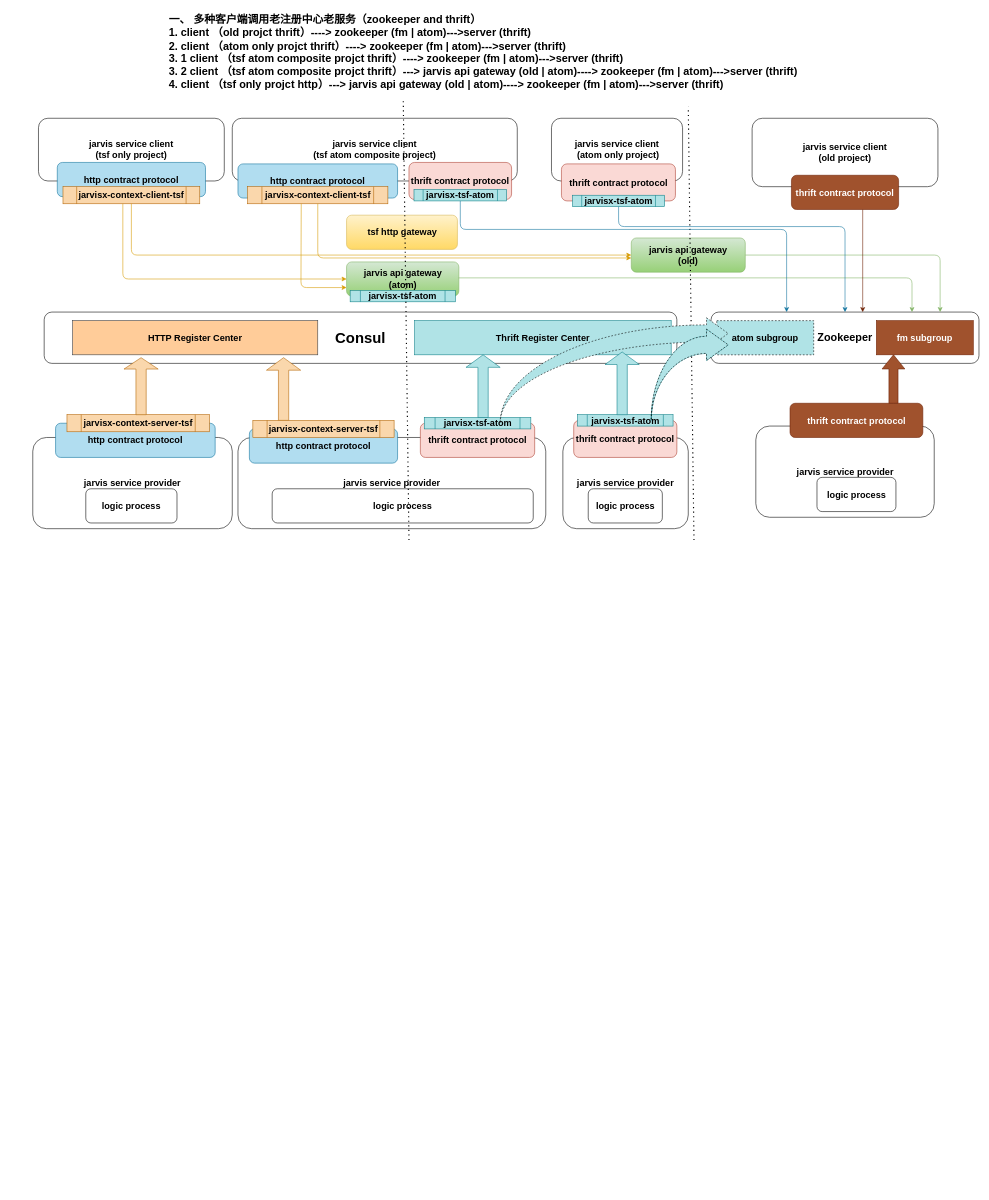
This is JarvisX TSF.drawio from 1247691206/JavaArchitect, a draw.io file, before an edit. Source tidied: cells renumbered, new cells numbered last; positions are measured from the earlier drawing's top-left corner, leaving out a move shared by most shapes. Both pictures are drawn from the tidied source at 57%, with x=0, y=0 at pixel (32, 10).
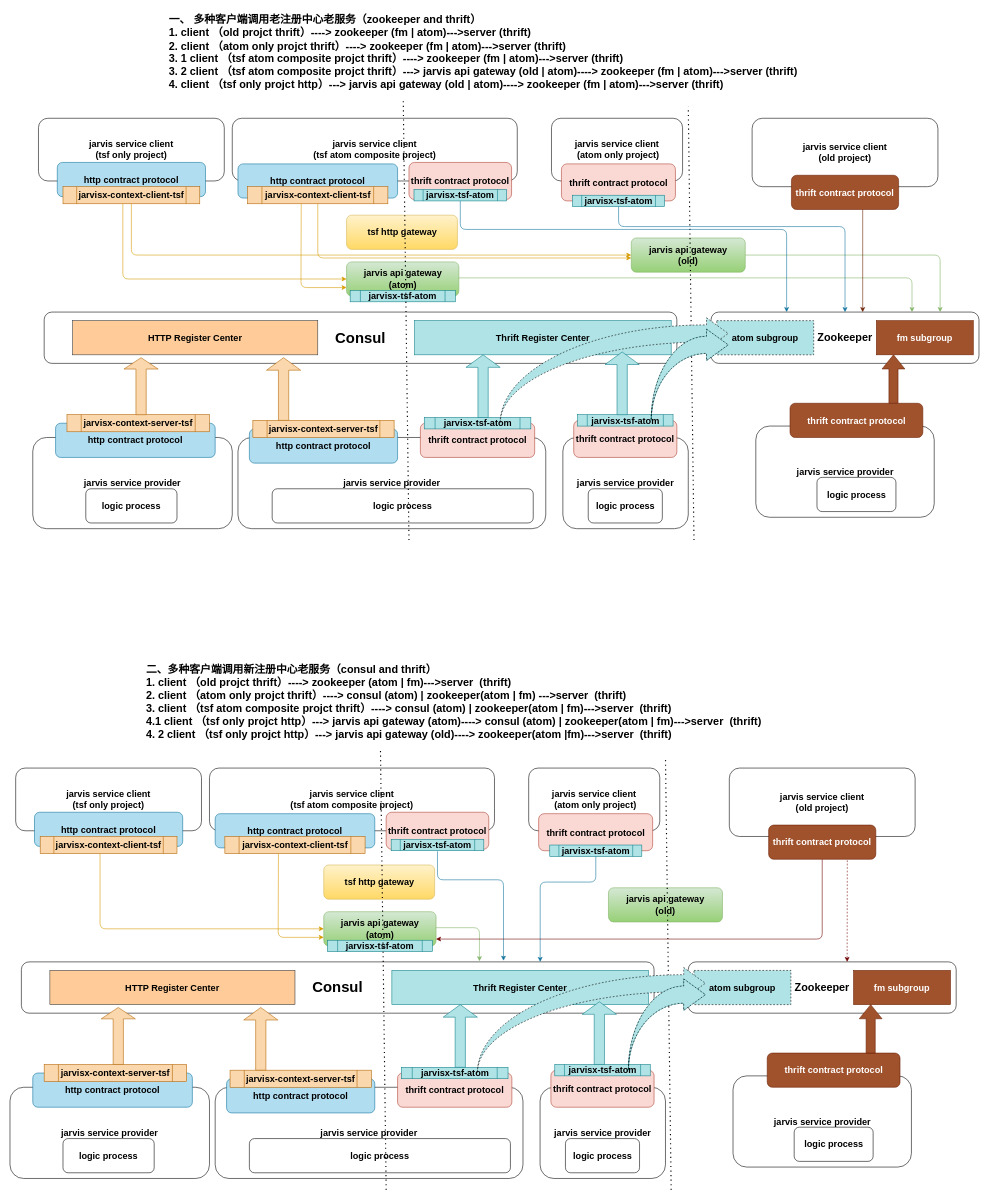
The same page after the edit.

Change to the diagram source:
```diff
@@
+    <mxCell id="62" value="jarvis service provider" style="rounded=1;whiteSpace=wrap;html=1;fontStyle=1;align=center;horizontal=1;fontSize=16;" parent="1" vertex="1">
+      <mxGeometry x="320" y="1890" width="540" height="160" as="geometry" />
+    </mxCell>
+    <mxCell id="63" value="tsf http gateway" style="rounded=1;whiteSpace=wrap;html=1;gradientColor=#ffd966;fillColor=#fff2cc;strokeColor=#d6b656;fontStyle=1;align=center;horizontal=1;fontSize=16;" parent="1" vertex="1">
+      <mxGeometry x="510.5" y="1500" width="194.5" height="60" as="geometry" />
+    </mxCell>
+    <mxCell id="64" value="jarvis api gateway&lt;br style=&quot;font-size: 16px;&quot;&gt;(old)" style="rounded=1;whiteSpace=wrap;html=1;gradientColor=#97d077;fillColor=#d5e8d4;strokeColor=#82b366;fontStyle=1;align=center;horizontal=1;fontSize=16;" parent="1" vertex="1">
+      <mxGeometry x="1010" y="1540" width="200" height="60" as="geometry" />
+    </mxCell>
+    <mxCell id="65" value="logic process" style="rounded=1;whiteSpace=wrap;html=1;fontStyle=1;align=center;horizontal=1;fontSize=16;" parent="1" vertex="1">
+      <mxGeometry x="380" y="1980" width="458" height="60" as="geometry" />
+    </mxCell>
+    <mxCell id="66" value="Consul" style="rounded=1;whiteSpace=wrap;html=1;fontStyle=1;align=center;horizontal=1;fontSize=26;" parent="1" vertex="1">
+      <mxGeometry x="-20" y="1670" width="1110" height="90" as="geometry" />
+    </mxCell>
+    <mxCell id="67" value="Thrift Register Center" style="rounded=0;whiteSpace=wrap;html=1;fontStyle=1;align=center;horizontal=1;fontSize=16;fillColor=#b0e3e6;strokeColor=#0e8088;" parent="1" vertex="1">
+      <mxGeometry x="630" y="1685" width="450" height="60" as="geometry" />
+    </mxCell>
+    <mxCell id="68" value="HTTP Register Center" style="rounded=0;whiteSpace=wrap;html=1;fontStyle=1;align=center;horizontal=1;fontSize=16;fillColor=#ffcc99;strokeColor=#36393d;" parent="1" vertex="1">
+      <mxGeometry x="30" y="1685" width="430" height="60" as="geometry" />
+    </mxCell>
+    <mxCell id="69" value="thrift contract protocol" style="rounded=1;whiteSpace=wrap;html=1;fillColor=#fad9d5;strokeColor=#ae4132;fontStyle=1;align=center;horizontal=1;fontSize=16;" parent="1" vertex="1">
+      <mxGeometry x="640" y="1865" width="200.5" height="60" as="geometry" />
+    </mxCell>
+    <mxCell id="70" value="jarvisx-tsf-atom" style="shape=process;whiteSpace=wrap;html=1;backgroundOutline=1;fillColor=#b0e3e6;strokeColor=#0e8088;fontStyle=1;align=center;horizontal=1;fontSize=16;" parent="1" vertex="1">
+      <mxGeometry x="646.8" y="1855" width="187" height="20" as="geometry" />
+    </mxCell>
+    <mxCell id="71" value="jarvis service client&lt;br style=&quot;font-size: 16px;&quot;&gt;(old project)" style="rounded=1;whiteSpace=wrap;html=1;fontStyle=1;align=center;horizontal=1;fontSize=16;" parent="1" vertex="1">
+      <mxGeometry x="1222" y="1330" width="326" height="120" as="geometry" />
+    </mxCell>
+    <mxCell id="72" value="thrift contract protocol" style="rounded=1;whiteSpace=wrap;html=1;fillColor=#a0522d;strokeColor=#6D1F00;fontColor=#ffffff;fontStyle=1;align=center;horizontal=1;fontSize=16;" parent="1" vertex="1">
+      <mxGeometry x="1291" y="1430" width="188" height="60" as="geometry" />
+    </mxCell>
+    <mxCell id="73" value="jarvis service provider" style="rounded=1;whiteSpace=wrap;html=1;fontStyle=1;align=center;horizontal=1;fontSize=16;" parent="1" vertex="1">
+      <mxGeometry x="1228.5" y="1870" width="313" height="160" as="geometry" />
+    </mxCell>
+    <mxCell id="74" value="thrift contract protocol" style="rounded=1;whiteSpace=wrap;html=1;fillColor=#a0522d;strokeColor=#6D1F00;fontColor=#ffffff;fontStyle=1;align=center;horizontal=1;fontSize=16;" parent="1" vertex="1">
+      <mxGeometry x="1288.5" y="1830" width="233" height="60" as="geometry" />
+    </mxCell>
+    <mxCell id="75" value="Zookeeper" style="rounded=1;whiteSpace=wrap;html=1;fontStyle=1;align=center;horizontal=1;fontSize=19;" parent="1" vertex="1">
+      <mxGeometry x="1150" y="1670" width="470" height="90" as="geometry" />
+    </mxCell>
+    <mxCell id="76" value="atom subgroup" style="rounded=0;whiteSpace=wrap;html=1;fontStyle=1;align=center;horizontal=1;fontSize=16;fillColor=#b0e3e6;dashed=1;strokeColor=#050505;" parent="1" vertex="1">
+      <mxGeometry x="1160" y="1685" width="170" height="60" as="geometry" />
+    </mxCell>
+    <mxCell id="77" value="fm subgroup" style="rounded=0;whiteSpace=wrap;html=1;fontStyle=1;align=center;horizontal=1;fontSize=16;fillColor=#a0522d;strokeColor=#6D1F00;fontColor=#ffffff;" parent="1" vertex="1">
+      <mxGeometry x="1440" y="1685" width="170" height="60" as="geometry" />
+    </mxCell>
+    <mxCell id="78" style="endArrow=none;dashed=1;html=1;dashPattern=1 3;strokeWidth=2;fontStyle=1;align=center;horizontal=1;fontSize=16;" parent="1" edge="1">
+      <mxGeometry relative="1" as="geometry">
+        <mxPoint x="1120" y="2070" as="sourcePoint" />
+        <mxPoint x="1110" y="1310" as="targetPoint" />
+      </mxGeometry>
+    </mxCell>
+    <mxCell id="79" value="logic process" style="rounded=1;whiteSpace=wrap;html=1;fontStyle=1;align=center;horizontal=1;fontSize=16;" parent="1" vertex="1">
+      <mxGeometry x="1335.8" y="1960" width="138.5" height="60" as="geometry" />
+    </mxCell>
+    <mxCell id="80" value="jarvis api gateway&lt;br style=&quot;font-size: 16px;&quot;&gt;(atom)" style="rounded=1;whiteSpace=wrap;html=1;gradientColor=#97d077;fillColor=#d5e8d4;strokeColor=#82b366;fontStyle=1;align=center;horizontal=1;fontSize=16;" parent="1" vertex="1">
+      <mxGeometry x="510.5" y="1582" width="197" height="60" as="geometry" />
+    </mxCell>
+    <mxCell id="81" value="jarvisx-tsf-atom" style="shape=process;whiteSpace=wrap;html=1;backgroundOutline=1;fillColor=#b0e3e6;strokeColor=#0e8088;fontStyle=1;align=center;horizontal=1;fontSize=16;" parent="1" vertex="1">
+      <mxGeometry x="516.8" y="1632" width="184.5" height="20" as="geometry" />
+    </mxCell>
+    <mxCell id="82" value="http contract protocol" style="rounded=1;whiteSpace=wrap;html=1;fillColor=#b1ddf0;strokeColor=#10739e;fontStyle=1;align=center;horizontal=1;fontSize=16;" parent="1" vertex="1">
+      <mxGeometry x="340" y="1875" width="260" height="60" as="geometry" />
+    </mxCell>
+    <mxCell id="83" value="jarvisx-context-server-tsf" style="shape=process;whiteSpace=wrap;html=1;backgroundOutline=1;fillColor=#fad7ac;strokeColor=#b46504;fontStyle=1;align=center;horizontal=1;fontSize=16;" parent="1" vertex="1">
+      <mxGeometry x="346.1" y="1860" width="247.8" height="30" as="geometry" />
+    </mxCell>
+    <mxCell id="84" value="jarvis service client&lt;br style=&quot;font-size: 16px;&quot;&gt;(tsf atom composite project)" style="rounded=1;whiteSpace=wrap;html=1;fontStyle=1;align=center;horizontal=1;fontSize=16;" parent="1" vertex="1">
+      <mxGeometry x="310" y="1330" width="500" height="110" as="geometry" />
+    </mxCell>
+    <mxCell id="85" value="jarvis service client &lt;br style=&quot;font-size: 16px;&quot;&gt;(tsf only project)" style="rounded=1;whiteSpace=wrap;html=1;fontStyle=1;align=center;horizontal=1;fontSize=16;" parent="1" vertex="1">
+      <mxGeometry x="-30" y="1330" width="326" height="110" as="geometry" />
+    </mxCell>
+    <mxCell id="86" value="http contract protocol" style="rounded=1;whiteSpace=wrap;html=1;fillColor=#b1ddf0;strokeColor=#10739e;fontStyle=1;align=center;horizontal=1;fontSize=16;" parent="1" vertex="1">
+      <mxGeometry x="3" y="1407.5" width="260" height="60" as="geometry" />
+    </mxCell>
+    <mxCell id="87" value="jarvisx-context-client-tsf" style="shape=process;whiteSpace=wrap;html=1;backgroundOutline=1;fillColor=#fad7ac;strokeColor=#b46504;fontStyle=1;align=center;horizontal=1;fontSize=16;" parent="1" vertex="1">
+      <mxGeometry x="13" y="1450" width="240" height="30" as="geometry" />
+    </mxCell>
+    <mxCell id="88" value="jarvis service client&lt;br style=&quot;font-size: 16px;&quot;&gt;&amp;nbsp;(atom only project)" style="rounded=1;whiteSpace=wrap;html=1;fontStyle=1;align=center;horizontal=1;fontSize=16;" parent="1" vertex="1">
+      <mxGeometry x="870" y="1330" width="230" height="110" as="geometry" />
+    </mxCell>
+    <mxCell id="89" value="thrift contract protocol" style="rounded=1;whiteSpace=wrap;html=1;fillColor=#fad9d5;strokeColor=#ae4132;fontStyle=1;align=center;horizontal=1;fontSize=16;" parent="1" vertex="1">
+      <mxGeometry x="887.5" y="1410" width="200" height="65" as="geometry" />
+    </mxCell>
+    <mxCell id="90" value="jarvisx-tsf-atom" style="shape=process;whiteSpace=wrap;html=1;backgroundOutline=1;fillColor=#b0e3e6;strokeColor=#0e8088;fontStyle=1;align=center;horizontal=1;fontSize=16;" parent="1" vertex="1">
+      <mxGeometry x="907" y="1465" width="161.5" height="20" as="geometry" />
+    </mxCell>
+    <mxCell id="91" style="endArrow=none;dashed=1;html=1;dashPattern=1 3;strokeWidth=2;fontStyle=1;align=center;horizontal=1;fontSize=16;" parent="1" edge="1">
+      <mxGeometry relative="1" as="geometry">
+        <mxPoint x="620" y="2070" as="sourcePoint" />
+        <mxPoint x="610" y="1300" as="targetPoint" />
+      </mxGeometry>
+    </mxCell>
+    <mxCell id="92" value="http contract protocol" style="rounded=1;whiteSpace=wrap;html=1;fillColor=#b1ddf0;strokeColor=#10739e;fontStyle=1;align=center;horizontal=1;fontSize=16;" parent="1" vertex="1">
+      <mxGeometry x="320" y="1410" width="280" height="60" as="geometry" />
+    </mxCell>
+    <mxCell id="93" value="jarvisx-context-client-tsf" style="shape=process;whiteSpace=wrap;html=1;backgroundOutline=1;fillColor=#fad7ac;strokeColor=#b46504;fontStyle=1;align=center;horizontal=1;fontSize=16;" parent="1" vertex="1">
+      <mxGeometry x="337" y="1450" width="246" height="30" as="geometry" />
+    </mxCell>
+    <mxCell id="94" value="thrift contract protocol" style="rounded=1;whiteSpace=wrap;html=1;fillColor=#fad9d5;strokeColor=#ae4132;fontStyle=1;align=center;horizontal=1;fontSize=16;" parent="1" vertex="1">
+      <mxGeometry x="620" y="1407.5" width="180" height="65" as="geometry" />
+    </mxCell>
+    <mxCell id="95" value="jarvisx-tsf-atom" style="shape=process;whiteSpace=wrap;html=1;backgroundOutline=1;fillColor=#b0e3e6;strokeColor=#0e8088;fontStyle=1;align=center;horizontal=1;fontSize=16;" parent="1" vertex="1">
+      <mxGeometry x="628.8" y="1455" width="162.5" height="20" as="geometry" />
+    </mxCell>
+    <mxCell id="96" value="jarvis service provider" style="rounded=1;whiteSpace=wrap;html=1;fontStyle=1;align=center;horizontal=1;fontSize=16;" parent="1" vertex="1">
+      <mxGeometry x="-40" y="1890" width="350" height="160" as="geometry" />
+    </mxCell>
+    <mxCell id="97" value="logic process" style="rounded=1;whiteSpace=wrap;html=1;fontStyle=1;align=center;horizontal=1;fontSize=16;" parent="1" vertex="1">
+      <mxGeometry x="53" y="1980" width="160" height="60" as="geometry" />
+    </mxCell>
+    <mxCell id="98" value="http contract protocol" style="rounded=1;whiteSpace=wrap;html=1;fillColor=#b1ddf0;strokeColor=#10739e;fontStyle=1;align=center;horizontal=1;fontSize=16;" parent="1" vertex="1">
+      <mxGeometry y="1865" width="280" height="60" as="geometry" />
+    </mxCell>
+    <mxCell id="99" value="jarvisx-context-server-tsf" style="shape=process;whiteSpace=wrap;html=1;backgroundOutline=1;fillColor=#fad7ac;strokeColor=#b46504;fontStyle=1;align=center;horizontal=1;fontSize=16;" parent="1" vertex="1">
+      <mxGeometry x="20" y="1850" width="250" height="30" as="geometry" />
+    </mxCell>
+    <mxCell id="100" value="jarvis service provider" style="rounded=1;whiteSpace=wrap;html=1;fontStyle=1;align=center;horizontal=1;fontSize=16;" parent="1" vertex="1">
+      <mxGeometry x="890" y="1890" width="220" height="160" as="geometry" />
+    </mxCell>
+    <mxCell id="101" value="logic process" style="rounded=1;whiteSpace=wrap;html=1;fontStyle=1;align=center;horizontal=1;fontSize=16;" parent="1" vertex="1">
+      <mxGeometry x="934.5" y="1980" width="130" height="60" as="geometry" />
+    </mxCell>
+    <mxCell id="102" value="thrift contract protocol" style="rounded=1;whiteSpace=wrap;html=1;fillColor=#fad9d5;strokeColor=#ae4132;fontStyle=1;align=center;horizontal=1;fontSize=16;" parent="1" vertex="1">
+      <mxGeometry x="909" y="1860" width="181" height="65" as="geometry" />
+    </mxCell>
+    <mxCell id="103" value="jarvisx-tsf-atom" style="shape=process;whiteSpace=wrap;html=1;backgroundOutline=1;fillColor=#b0e3e6;strokeColor=#0e8088;fontStyle=1;align=center;horizontal=1;fontSize=16;" parent="1" vertex="1">
+      <mxGeometry x="915.8" y="1850" width="167.5" height="20" as="geometry" />
+    </mxCell>
+    <mxCell id="104" style="shape=singleArrow;direction=north;whiteSpace=wrap;html=1;fontSize=19;align=left;fillColor=#fad7ac;strokeColor=#b46504;" parent="1" vertex="1">
+      <mxGeometry x="120" y="1750" width="60" height="100" as="geometry" />
+    </mxCell>
+    <mxCell id="105" style="shape=singleArrow;direction=north;whiteSpace=wrap;html=1;fontSize=19;align=left;fillColor=#fad7ac;strokeColor=#b46504;" parent="1" vertex="1">
+      <mxGeometry x="370" y="1750" width="60" height="110" as="geometry" />
+    </mxCell>
+    <mxCell id="106" style="shape=singleArrow;direction=north;whiteSpace=wrap;html=1;fontSize=19;align=left;fillColor=#b0e3e6;strokeColor=#0e8088;" parent="1" vertex="1">
+      <mxGeometry x="720" y="1745" width="60" height="110" as="geometry" />
+    </mxCell>
+    <mxCell id="107" style="shape=singleArrow;direction=north;whiteSpace=wrap;html=1;fontSize=19;align=left;fillColor=#b0e3e6;strokeColor=#0e8088;" parent="1" vertex="1">
+      <mxGeometry x="964" y="1740" width="60" height="110" as="geometry" />
+    </mxCell>
+    <mxCell id="108" style="html=1;shadow=0;align=center;verticalAlign=middle;shape=mxgraph.arrows2.jumpInArrow;dy=15;dx=38;arrowHead=55;fontSize=19;fillColor=#b0e3e6;dashed=1;strokeColor=#050505;" parent="1" vertex="1">
+      <mxGeometry x="780" y="1680" width="400" height="185" as="geometry" />
+    </mxCell>
+    <mxCell id="109" style="html=1;shadow=0;align=center;verticalAlign=middle;shape=mxgraph.arrows2.jumpInArrow;dy=15;dx=38;arrowHead=55;fontSize=19;fillColor=#b0e3e6;strokeColor=#0e8088;" parent="1" vertex="1">
+      <mxGeometry x="1045" y="1700" width="135" height="160" as="geometry" />
+    </mxCell>
+    <mxCell id="110" style="html=1;shadow=0;dashed=0;align=center;verticalAlign=middle;shape=mxgraph.arrows2.arrow;dy=0.6;dx=24.83;direction=north;notch=0;fontSize=19;fillColor=#a0522d;strokeColor=#6D1F00;fontColor=#ffffff;" parent="1" vertex="1">
+      <mxGeometry x="1450" y="1745" width="40" height="85" as="geometry" />
+    </mxCell>
+    <mxCell id="111" style="html=1;shadow=0;align=center;verticalAlign=middle;shape=mxgraph.arrows2.jumpInArrow;dy=15;dx=38;arrowHead=55;fontSize=19;fillColor=#b0e3e6;dashed=1;strokeColor=#050505;" parent="1" vertex="1">
+      <mxGeometry x="1045" y="1700" width="135" height="160" as="geometry" />
+    </mxCell>
+    <mxCell id="112" style="edgeStyle=elbowEdgeStyle;elbow=horizontal;endArrow=classic;html=1;strokeColor=#d79b00;fontSize=19;align=center;entryX=0;entryY=0.5;entryDx=0;entryDy=0;gradientColor=#ffa500;fillColor=#ffcd28;" parent="1" edge="1" target="80">
+      <mxGeometry relative="1" as="geometry">
+        <mxPoint x="118" y="1480" as="sourcePoint" />
+        <Array as="points">
+          <mxPoint x="118" y="1530" />
+        </Array>
+      </mxGeometry>
+    </mxCell>
+    <mxCell id="113" style="edgeStyle=elbowEdgeStyle;elbow=horizontal;endArrow=classic;html=1;strokeColor=#d79b00;fontSize=19;align=center;entryX=0;entryY=0.75;entryDx=0;entryDy=0;gradientColor=#ffa500;fillColor=#ffcd28;" parent="1" edge="1" target="80">
+      <mxGeometry relative="1" as="geometry">
+        <mxPoint x="431" y="1480" as="sourcePoint" />
+        <Array as="points">
+          <mxPoint x="430.5" y="1522.5" />
+        </Array>
+      </mxGeometry>
+    </mxCell>
+    <mxCell id="114" style="edgeStyle=elbowEdgeStyle;elbow=vertical;endArrow=classic;html=1;strokeColor=#82b366;fontSize=19;align=center;entryX=0.724;entryY=-0.014;entryDx=0;entryDy=0;gradientColor=#97d077;fillColor=#d5e8d4;entryPerimeter=0;" parent="1" edge="1" target="66">
+      <mxGeometry relative="1" as="geometry">
+        <mxPoint x="707" y="1610" as="sourcePoint" />
+        <Array as="points">
+          <mxPoint x="1130" y="1610" />
+        </Array>
+      </mxGeometry>
+    </mxCell>
+    <mxCell id="115" style="edgeStyle=elbowEdgeStyle;elbow=vertical;endArrow=classic;html=1;strokeColor=#10739e;fontSize=19;align=center;exitX=0.5;exitY=1;exitDx=0;exitDy=0;fillColor=#b1ddf0;entryX=0.82;entryY=0;entryDx=0;entryDy=0;entryPerimeter=0;" parent="1" edge="1" source="90" target="66">
+      <mxGeometry relative="1" as="geometry">
+        <Array as="points">
+          <mxPoint x="940" y="1530" />
+        </Array>
+      </mxGeometry>
+    </mxCell>
+    <mxCell id="116" style="edgeStyle=elbowEdgeStyle;elbow=vertical;endArrow=classic;html=1;strokeColor=#10739e;fontSize=19;align=center;exitX=0.5;exitY=1;exitDx=0;exitDy=0;fillColor=#b1ddf0;entryX=0.762;entryY=-0.022;entryDx=0;entryDy=0;entryPerimeter=0;" parent="1" edge="1" target="66">
+      <mxGeometry relative="1" as="geometry">
+        <mxPoint x="710" y="1476" as="sourcePoint" />
+        <Array as="points">
+          <mxPoint x="1202.2" y="1526" />
+        </Array>
+      </mxGeometry>
+    </mxCell>
+    <mxCell id="117" value="&lt;p style=&quot;margin-top: 0pt ; margin-bottom: 0pt ; margin-left: 0in ; direction: ltr ; unicode-bidi: embed ; word-break: normal&quot;&gt;二、多种客户端调用新注册中心老服务（consul and thrift）&lt;/p&gt;&lt;p style=&quot;margin-top: 0pt ; margin-bottom: 0pt ; margin-left: 0in ; direction: ltr ; unicode-bidi: embed ; word-break: normal&quot;&gt;1. client （old projct thrift）----&amp;gt; zookeeper (atom | fm)---&amp;gt;server&amp;nbsp; (thrift)&lt;/p&gt;&lt;p style=&quot;margin-top: 0pt ; margin-bottom: 0pt ; margin-left: 0in ; direction: ltr ; unicode-bidi: embed ; word-break: normal&quot;&gt;2. client （atom only projct thrift）----&amp;gt; consul (atom) | zookeeper(atom | fm) ---&amp;gt;server&amp;nbsp; (thrift)&lt;/p&gt;&lt;p style=&quot;margin-top: 0pt ; margin-bottom: 0pt ; margin-left: 0in ; direction: ltr ; unicode-bidi: embed ; word-break: normal&quot;&gt;3. client （tsf atom composite projct thrift）----&amp;gt; consul (atom) | zookeeper(atom | fm)---&amp;gt;server&amp;nbsp; (thrift)&lt;/p&gt;&lt;p style=&quot;margin-top: 0pt ; margin-bottom: 0pt ; margin-left: 0in ; direction: ltr ; unicode-bidi: embed ; word-break: normal&quot;&gt;4.1 client （tsf only projct http）---&amp;gt; jarvis api gateway (atom)----&amp;gt; consul (atom) | zookeeper(atom | fm)---&amp;gt;server&amp;nbsp; (thrift)&lt;/p&gt;&lt;p style=&quot;margin-top: 0pt ; margin-bottom: 0pt ; margin-left: 0in ; direction: ltr ; unicode-bidi: embed ; word-break: normal&quot;&gt;4. 2 client （tsf only projct http）---&amp;gt; jarvis api gateway (old)----&amp;gt; zookeeper(atom |fm)---&amp;gt;server&amp;nbsp; (thrift)&lt;/p&gt;" style="text;whiteSpace=wrap;html=1;fontSize=19;fontStyle=1;" parent="1" vertex="1">
+      <mxGeometry x="197" y="1140" width="1210" height="148" as="geometry" />
+    </mxCell>
+    <mxCell id="118" style="edgeStyle=elbowEdgeStyle;elbow=vertical;endArrow=classic;html=1;strokeColor=#6F0000;fontSize=19;align=center;exitX=0.5;exitY=1;exitDx=0;exitDy=0;fillColor=#a20025;" parent="1" edge="1" source="72" target="80">
+      <mxGeometry relative="1" as="geometry">
+        <Array as="points">
+          <mxPoint x="1100" y="1630" />
+          <mxPoint x="1050" y="1640" />
+        </Array>
+      </mxGeometry>
+    </mxCell>
+    <mxCell id="119" style="edgeStyle=elbowEdgeStyle;elbow=vertical;endArrow=classic;html=1;strokeColor=#6F0000;fontSize=19;align=center;fillColor=#a20025;entryX=0.593;entryY=0.002;entryDx=0;entryDy=0;entryPerimeter=0;dashed=1;" parent="1" edge="1" target="75">
+      <mxGeometry relative="1" as="geometry">
+        <mxPoint x="1429" y="1492" as="sourcePoint" />
+        <Array as="points">
+          <mxPoint x="1429" y="1500" />
+        </Array>
+      </mxGeometry>
+    </mxCell>
```
